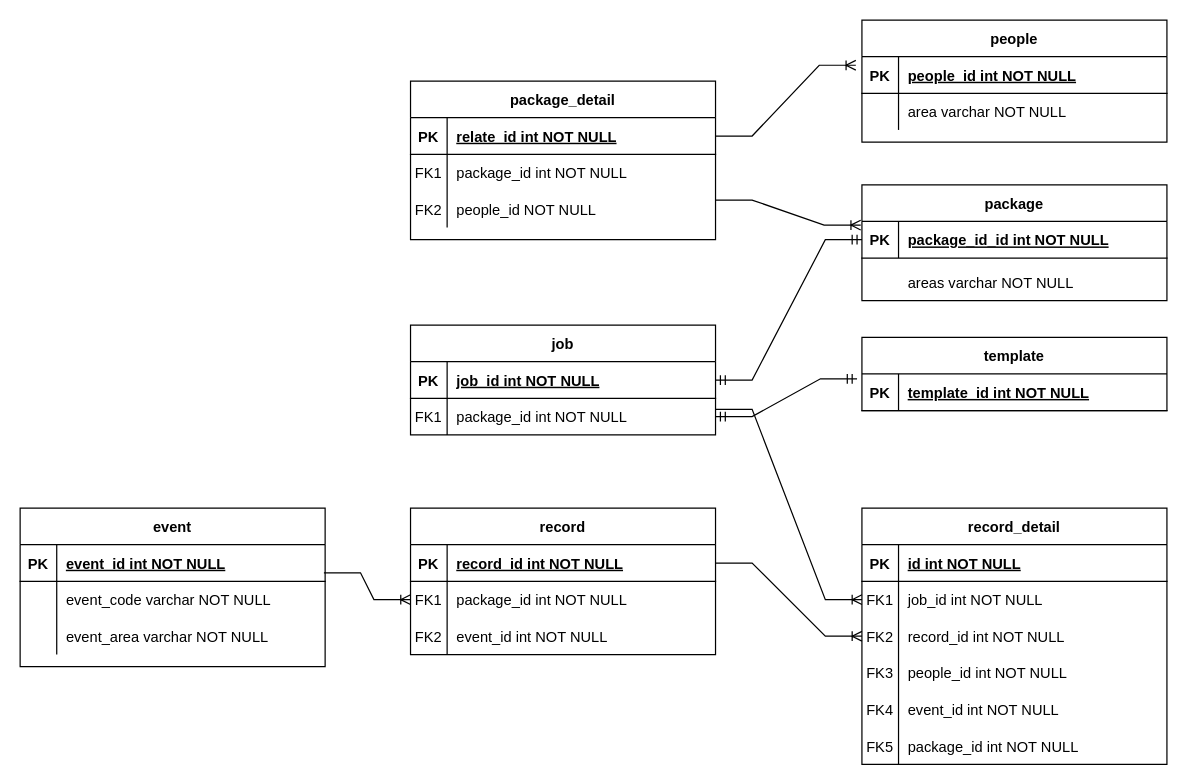
Above: 触达管理数据模型.drawio in shoacom/docs (draw.io), before the change. Source tidied: cells renumbered, new cells numbered last; positions are measured from the earlier drawing's top-left corner, leaving out a move shared by most shapes. Both pictures are drawn from the tidied source at 122%, with x=0, y=0 at pixel (20, 20).
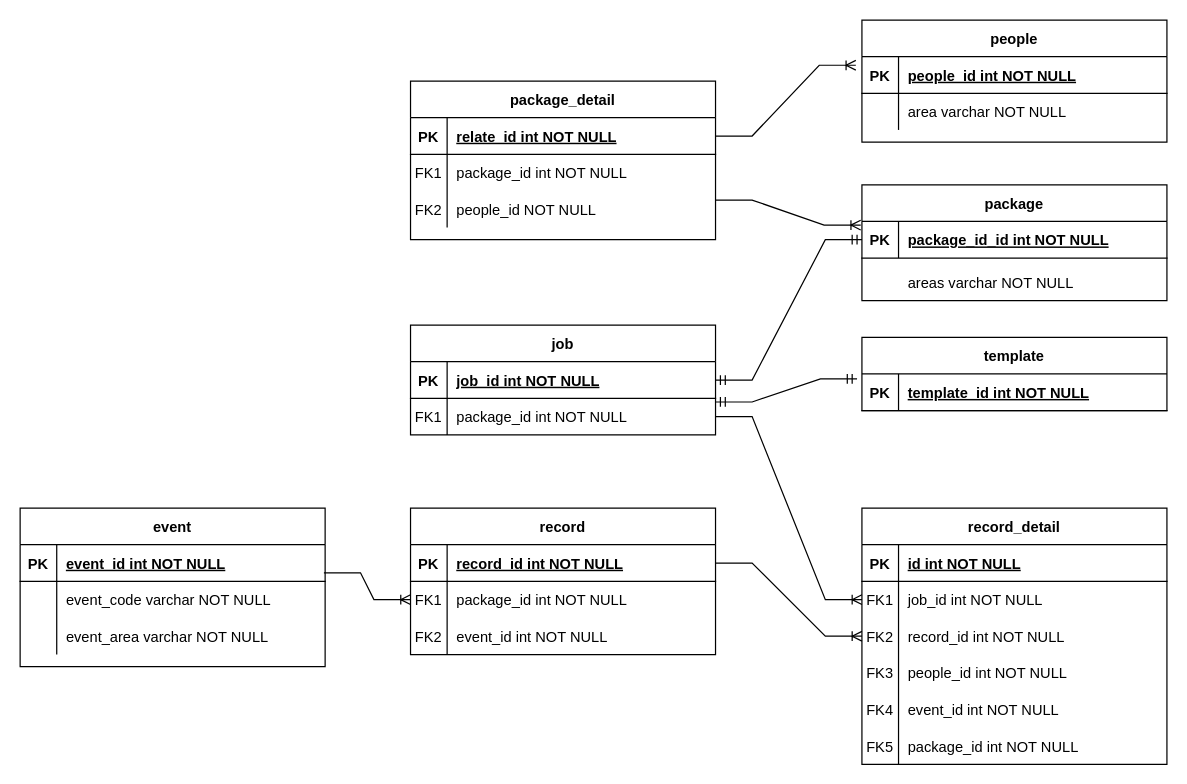
After the change.

Commit message:
Update 触达管理数据模型.drawio

The change refers to these unchanged cells:
```xml
<mxCell id="29" style="shape=partialRectangle;fillColor=none;points=[[0,0.5],[1,0.5]];portConstraint=eastwest;top=0;left=0;right=0;bottom=0;" parent="25" vertex="1">
  <mxGeometry y="60" width="250" height="30" as="geometry" />
</mxCell>
<mxCell id="34" style="shape=partialRectangle;fillColor=none;points=[[0,0.5],[1,0.5]];portConstraint=eastwest;top=0;left=0;right=0;bottom=1;" parent="33" vertex="1">
  <mxGeometry y="30" width="250" height="30" as="geometry" />
</mxCell>
<mxCell id="61" style="shape=partialRectangle;fillColor=none;points=[[0,0.5],[1,0.5]];portConstraint=eastwest;top=0;left=0;right=0;bottom=0;" parent="57" vertex="1">
  <mxGeometry y="60" width="250" height="30" as="geometry" />
</mxCell>
```

The edit, as a diff of the source:
```diff
@@
-    <mxCell id="77" style="edgeStyle=entityRelationEdgeStyle;fontSize=12;html=1;endArrow=ERmandOne;startArrow=ERmandOne;rounded=0;exitX=1;exitY=0.5;exitDx=0;exitDy=0;entryX=-0.016;entryY=0.133;entryDx=0;entryDy=0;entryPerimeter=0;" parent="1" edge="1" source="29" target="34">
+    <mxCell id="77" style="edgeStyle=entityRelationEdgeStyle;fontSize=12;html=1;endArrow=ERmandOne;startArrow=ERmandOne;rounded=0;exitX=1;exitY=0.1;exitDx=0;exitDy=0;entryX=-0.016;entryY=0.133;entryDx=0;entryDy=0;entryPerimeter=0;exitPerimeter=0;" parent="1" edge="1" source="29" target="34">
       <mxGeometry relative="1" as="geometry" />
     </mxCell>
@@
     <mxCell id="79" style="edgeStyle=entityRelationEdgeStyle;fontSize=12;html=1;endArrow=ERoneToMany;rounded=0;entryX=0;entryY=0.5;entryDx=0;entryDy=0;" parent="1" edge="1" target="61">
       <mxGeometry relative="1" as="geometry">
-        <mxPoint x="570" y="319" as="sourcePoint" />
+        <mxPoint x="570" y="325" as="sourcePoint" />
       </mxGeometry>
     </mxCell>
```
